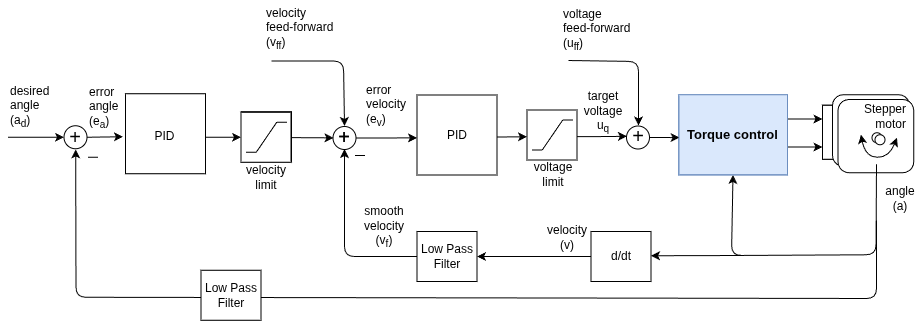
Earlier version of the draw.io export extras/Images/a_s_v.drawio.png (simplefoc/simplefoc.github.io). Source tidied: cells renumbered, new cells last; positions are measured from the earlier drawing's top-left corner, leaving out a move shared by most shapes.
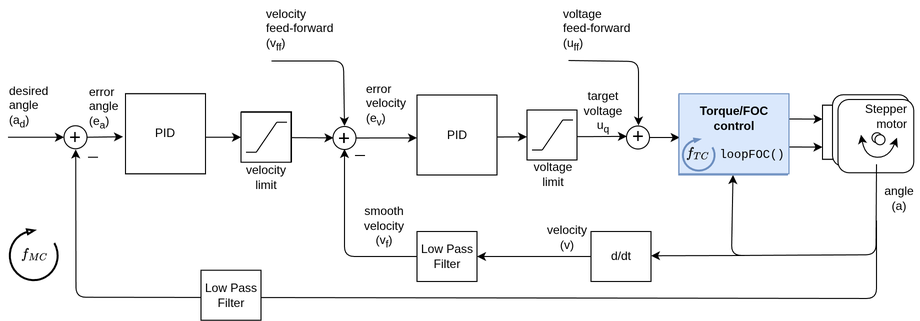
After the commit.

Change to the diagram source:
```diff
@@ -223,7 +223,7 @@
       </mxGeometry>
     </mxCell>
     <mxCell id="52" style="group;" parent="1" vertex="1">
-      <mxGeometry x="117" y="93.2" width="80" height="82.5" as="geometry" />
+      <mxGeometry x="117" y="93.2" width="80" height="186.6" as="geometry" />
     </mxCell>
     <mxCell id="53" style="whiteSpace=wrap;html=1;strokeColor=#000000;" parent="52" vertex="1">
       <mxGeometry width="80" height="80" as="geometry" />
@@ -231,83 +231,113 @@
     <mxCell id="54" value="PID" style="text;html=1;strokeColor=none;fillColor=none;align=center;verticalAlign=middle;whiteSpace=wrap;rounded=0;direction=south;" parent="52" vertex="1">
       <mxGeometry x="22.5" y="2.5" width="35" height="80" as="geometry" />
     </mxCell>
-    <mxCell id="55" style="ellipse;whiteSpace=wrap;html=1;strokeColor=#000000;" parent="1" vertex="1">
-      <mxGeometry x="55.5" y="125.2" width="23" height="23" as="geometry" />
+    <mxCell id="55" style="group;" parent="52" vertex="1">
+      <mxGeometry x="-115.9" width="195.9" height="186.6" as="geometry" />
     </mxCell>
-    <mxCell id="56" style="endArrow=classic;html=1;exitX=1;exitY=0.5;exitDx=0;exitDy=0;" parent="1" edge="1" source="55">
-      <mxGeometry relative="1" as="geometry">
-        <mxPoint x="114.5" y="136.2" as="targetPoint" />
-      </mxGeometry>
+    <mxCell id="56" style="whiteSpace=wrap;html=1;strokeColor=#000000;" parent="55" vertex="1">
+      <mxGeometry x="115.9" width="80" height="80" as="geometry" />
     </mxCell>
-    <mxCell id="57" style="endArrow=classic;html=1;entryX=0;entryY=0.5;entryDx=0;entryDy=0;" parent="1" edge="1" target="64">
-      <mxGeometry relative="1" as="geometry">
-        <mxPoint x="197" y="136.8" as="sourcePoint" />
-      </mxGeometry>
+    <mxCell id="57" value="PID" style="text;html=1;strokeColor=none;fillColor=none;align=center;verticalAlign=middle;whiteSpace=wrap;rounded=0;" parent="55" vertex="1">
+      <mxGeometry x="115.9" y="22.5" width="80" height="35" as="geometry" />
     </mxCell>
-    <mxCell id="58" style="endArrow=classic;html=1;entryX=0.51;entryY=1.1;entryDx=0;entryDy=0;entryPerimeter=0;" parent="1" edge="1" target="61">
-      <mxGeometry relative="1" as="geometry">
-        <mxPoint x="868" y="220" as="sourcePoint" />
-        <Array as="points">
-          <mxPoint x="868" y="298" />
-          <mxPoint x="67.5" y="296.8" />
-        </Array>
-      </mxGeometry>
+    <mxCell id="58" style="verticalLabelPosition=bottom;html=1;verticalAlign=top;strokeWidth=2;shape=mxgraph.lean_mapping.physical_pull;flipH=0;legacyAnchorPoints=0;flipV=1;rotation=-90;" parent="55" vertex="1">
+      <mxGeometry x="-1.4" y="137" width="51" height="48.3" as="geometry" />
     </mxCell>
-    <mxCell id="59" style="endArrow=classic;html=1;entryX=0;entryY=0.5;entryDx=0;entryDy=0;" parent="1" edge="1" target="55">
-      <mxGeometry relative="1" as="geometry">
-        <mxPoint x="-0.5" y="136.8" as="sourcePoint" />
-      </mxGeometry>
+    <mxCell id="59" value="`f_{MC}`" style="text;html=1;whiteSpace=wrap;strokeColor=none;fillColor=none;align=center;verticalAlign=middle;rounded=0;" parent="55" vertex="1">
+      <mxGeometry x="18.1" y="147.9" width="14.8" height="26.5" as="geometry" />
     </mxCell>
-    <mxCell id="60" style="endArrow=none;html=1;" parent="1" edge="1">
-      <mxGeometry relative="1" as="geometry">
-        <mxPoint x="79.5" y="156.8" as="sourcePoint" />
-        <mxPoint x="89.5" y="156.8" as="targetPoint" />
-        <Array as="points">
-          <mxPoint x="79.5" y="156.8" />
-        </Array>
-      </mxGeometry>
+    <mxCell id="60" style="ellipse;whiteSpace=wrap;html=1;strokeColor=#000000;" parent="1" vertex="1">
+      <mxGeometry x="55.5" y="125.2" width="23" height="23" as="geometry" />
     </mxCell>
-    <mxCell id="61" value="&lt;font style=&quot;font-size: 20px&quot;&gt;+&lt;/font&gt;" style="text;html=1;strokeColor=none;fillColor=none;align=center;verticalAlign=middle;whiteSpace=wrap;rounded=0;" parent="1" vertex="1">
-      <mxGeometry x="57" y="124.8" width="20" height="22" as="geometry" />
+    <mxCell id="61" style="endArrow=classic;html=1;exitX=1;exitY=0.5;exitDx=0;exitDy=0;" parent="1" edge="1" source="60">
+      <mxGeometry relative="1" as="geometry">
+        <mxPoint x="114.5" y="136.2" as="targetPoint" />
+      </mxGeometry>
     </mxCell>
-    <mxCell id="62" value="&lt;span style=&quot;text-align: center ; white-space: normal&quot;&gt;error&lt;br&gt;angle&amp;nbsp;&lt;br&gt;(e&lt;sub&gt;a&lt;/sub&gt;)&lt;/span&gt;" style="text;html=1;align=left;verticalAlign=top;spacingTop=-4;" parent="1" vertex="1">
-      <mxGeometry x="78.5" y="81.8" width="50" height="50" as="geometry" />
+    <mxCell id="62" style="endArrow=classic;html=1;entryX=0;entryY=0.5;entryDx=0;entryDy=0;" parent="1" edge="1" target="69">
+      <mxGeometry relative="1" as="geometry">
+        <mxPoint x="197" y="136.8" as="sourcePoint" />
+      </mxGeometry>
     </mxCell>
-    <mxCell id="63" value="desired&lt;br&gt;angle&lt;br&gt;(a&lt;sub&gt;d&lt;/sub&gt;)" style="text;html=1;" parent="1" vertex="1">
-      <mxGeometry x="-0.5" y="76.8" width="40" height="70" as="geometry" />
+    <mxCell id="63" style="endArrow=classic;html=1;entryX=0.51;entryY=1.1;entryDx=0;entryDy=0;entryPerimeter=0;" parent="1" edge="1" target="66">
+      <mxGeometry relative="1" as="geometry">
+        <mxPoint x="868" y="220" as="sourcePoint" />
+        <Array as="points">
+          <mxPoint x="868" y="298" />
+          <mxPoint x="67.5" y="296.8" />
+        </Array>
+      </mxGeometry>
     </mxCell>
-    <mxCell id="64" style="whiteSpace=wrap;html=1;" parent="1" vertex="1">
-      <mxGeometry x="232.5" y="111.8" width="50" height="50" as="geometry" />
+    <mxCell id="64" style="endArrow=classic;html=1;entryX=0;entryY=0.5;entryDx=0;entryDy=0;" parent="1" edge="1" target="60">
+      <mxGeometry relative="1" as="geometry">
+        <mxPoint x="-0.5" y="136.8" as="sourcePoint" />
+      </mxGeometry>
     </mxCell>
-    <mxCell id="65" style="group;" parent="1" vertex="1">
-      <mxGeometry x="237.5" y="121.8" width="41" height="30" as="geometry" />
+    <mxCell id="65" style="endArrow=none;html=1;" parent="1" edge="1">
+      <mxGeometry relative="1" as="geometry">
+        <mxPoint x="79.5" y="156.8" as="sourcePoint" />
+        <mxPoint x="89.5" y="156.8" as="targetPoint" />
+        <Array as="points">
+          <mxPoint x="79.5" y="156.8" />
+        </Array>
+      </mxGeometry>
     </mxCell>
-    <mxCell id="66" style="endArrow=none;html=1;" parent="65" edge="1">
-      <mxGeometry relative="1" as="geometry">
-        <mxPoint x="10.2" y="30" as="sourcePoint" />
-        <mxPoint x="30.8" as="targetPoint" />
-      </mxGeometry>
+    <mxCell id="66" value="&lt;font style=&quot;font-size: 20px&quot;&gt;+&lt;/font&gt;" style="text;html=1;strokeColor=none;fillColor=none;align=center;verticalAlign=middle;whiteSpace=wrap;rounded=0;" parent="1" vertex="1">
+      <mxGeometry x="57" y="124.8" width="20" height="22" as="geometry" />
     </mxCell>
-    <mxCell id="67" style="endArrow=none;html=1;" parent="65" edge="1">
-      <mxGeometry relative="1" as="geometry">
-        <mxPoint x="30.8" as="sourcePoint" />
-        <mxPoint x="41" as="targetPoint" />
-      </mxGeometry>
+    <mxCell id="67" value="&lt;span style=&quot;text-align: center ; white-space: normal&quot;&gt;error&lt;br&gt;angle&amp;nbsp;&lt;br&gt;(e&lt;sub&gt;a&lt;/sub&gt;)&lt;/span&gt;" style="text;html=1;align=left;verticalAlign=top;spacingTop=-4;" parent="1" vertex="1">
+      <mxGeometry x="78.5" y="81.8" width="50" height="50" as="geometry" />
     </mxCell>
-    <mxCell id="68" style="endArrow=none;html=1;" parent="65" edge="1">
-      <mxGeometry relative="1" as="geometry">
-        <mxPoint y="30" as="sourcePoint" />
-        <mxPoint x="10.2" y="30" as="targetPoint" />
-      </mxGeometry>
+    <mxCell id="68" value="desired&lt;br&gt;angle&lt;br&gt;(a&lt;sub&gt;d&lt;/sub&gt;)" style="text;html=1;" parent="1" vertex="1">
+      <mxGeometry x="-0.5" y="76.8" width="40" height="70" as="geometry" />
     </mxCell>
-    <mxCell id="69" value="velocity&lt;br&gt;limit" style="text;html=1;strokeColor=none;fillColor=none;align=center;verticalAlign=middle;whiteSpace=wrap;rounded=0;" parent="1" vertex="1">
-      <mxGeometry x="237.5" y="166.8" width="40" height="20" as="geometry" />
+    <mxCell id="69" style="whiteSpace=wrap;html=1;" parent="1" vertex="1">
+      <mxGeometry x="232.5" y="111.8" width="50" height="50" as="geometry" />
     </mxCell>
-    <mxCell id="70" value="Low Pass&lt;br&gt;Filter" style="rounded=0;whiteSpace=wrap;html=1;strokeColor=#000000;" parent="1" vertex="1">
-      <mxGeometry x="192.5" y="269.8" width="60" height="50" as="geometry" />
+    <mxCell id="70" style="group;" parent="1" vertex="1">
+      <mxGeometry x="237.5" y="121.8" width="41" height="30" as="geometry" />
     </mxCell>
-    <mxCell id="71" value="&lt;b style=&quot;font-size: 13px&quot;&gt;Torque control&lt;br&gt;&lt;/b&gt;" style="rounded=0;whiteSpace=wrap;html=1;fillColor=#dae8fc;strokeColor=#6c8ebf;" parent="1" vertex="1">
-      <mxGeometry x="670.5" y="94.2" width="108.5" height="80" as="geometry" />
+    <mxCell id="71" style="endArrow=none;html=1;" parent="70" edge="1">
+      <mxGeometry relative="1" as="geometry">
+        <mxPoint x="10.2" y="30" as="sourcePoint" />
+        <mxPoint x="30.8" as="targetPoint" />
+      </mxGeometry>
     </mxCell>
+    <mxCell id="72" style="endArrow=none;html=1;" parent="70" edge="1">
+      <mxGeometry relative="1" as="geometry">
+        <mxPoint x="30.8" as="sourcePoint" />
+        <mxPoint x="41" as="targetPoint" />
+      </mxGeometry>
+    </mxCell>
+    <mxCell id="73" style="endArrow=none;html=1;" parent="70" edge="1">
+      <mxGeometry relative="1" as="geometry">
+        <mxPoint y="30" as="sourcePoint" />
+        <mxPoint x="10.2" y="30" as="targetPoint" />
+      </mxGeometry>
+    </mxCell>
+    <mxCell id="74" value="velocity&lt;br&gt;limit" style="text;html=1;strokeColor=none;fillColor=none;align=center;verticalAlign=middle;whiteSpace=wrap;rounded=0;" parent="1" vertex="1">
+      <mxGeometry x="237.5" y="166.8" width="40" height="20" as="geometry" />
+    </mxCell>
+    <mxCell id="75" value="Low Pass&lt;br&gt;Filter" style="rounded=0;whiteSpace=wrap;html=1;strokeColor=#000000;" parent="1" vertex="1">
+      <mxGeometry x="192.5" y="269.8" width="60" height="50" as="geometry" />
+    </mxCell>
+    <mxCell id="76" value="&lt;b style=&quot;font-size: 13px&quot;&gt;Torque control&lt;br&gt;&lt;/b&gt;" style="rounded=0;whiteSpace=wrap;html=1;fillColor=#dae8fc;strokeColor=#6c8ebf;" parent="1" vertex="1">
+      <mxGeometry x="670.5" y="94.2" width="108.5" height="80" as="geometry" />
+    </mxCell>
+    <mxCell id="77" style="group;" parent="1" vertex="1">
+      <mxGeometry x="670.5" y="93.2" width="110" height="80" as="geometry" />
+    </mxCell>
+    <mxCell id="78" value="&lt;div style=&quot;&quot;&gt;&lt;b style=&quot;background-color: transparent; color: light-dark(rgb(0, 0, 0), rgb(255, 255, 255));&quot;&gt;Torque/FOC&lt;/b&gt;&lt;/div&gt;&lt;div style=&quot;&quot;&gt;&lt;b style=&quot;background-color: transparent; color: light-dark(rgb(0, 0, 0), rgb(255, 255, 255));&quot;&gt;control&lt;br&gt;&lt;br&gt;&lt;/b&gt;&lt;/div&gt;&lt;div style=&quot;&quot;&gt;&lt;span style=&quot;background-color: transparent; color: light-dark(rgb(0, 0, 0), rgb(255, 255, 255)); font-family: &amp;quot;Courier New&amp;quot;;&quot;&gt;&amp;nbsp; &amp;nbsp; &amp;nbsp;loopFOC()&lt;/span&gt;&lt;/div&gt;" style="rounded=0;whiteSpace=wrap;html=1;fillColor=#dae8fc;strokeColor=#6c8ebf;align=center;" parent="77" vertex="1">
+      <mxGeometry width="110" height="80" as="geometry" />
+    </mxCell>
+    <mxCell id="79" style="group;" parent="77" vertex="1">
+      <mxGeometry x="3.8" y="45" width="32" height="32" as="geometry" />
+    </mxCell>
+    <mxCell id="80" style="verticalLabelPosition=bottom;html=1;verticalAlign=top;strokeWidth=2;shape=mxgraph.lean_mapping.physical_pull;flipH=0;legacyAnchorPoints=0;flipV=1;rotation=-90;fillColor=#dae8fc;strokeColor=#6c8ebf;" parent="79" vertex="1">
+      <mxGeometry width="32" height="32" as="geometry" />
+    </mxCell>
+    <mxCell id="81" value="`f_{TC}`" style="text;html=1;whiteSpace=wrap;strokeColor=none;fillColor=none;align=center;verticalAlign=middle;rounded=0;" parent="79" vertex="1">
+      <mxGeometry x="2.9" y="2" width="26.2" height="25" as="geometry" />
+    </mxCell>
   </root>
 </mxGraphModel>
```
